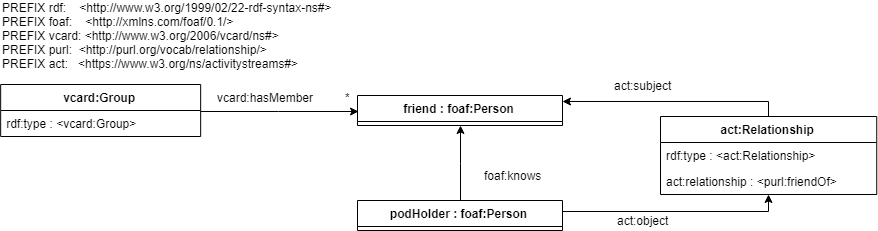
Earlier version of the draw.io export docs/images/friendsontologie.png (ozcanseker/Social-linked-beer). Source tidied: cells renumbered, new cells last; positions are measured from the earlier drawing's top-left corner, leaving out a move shared by most shapes.
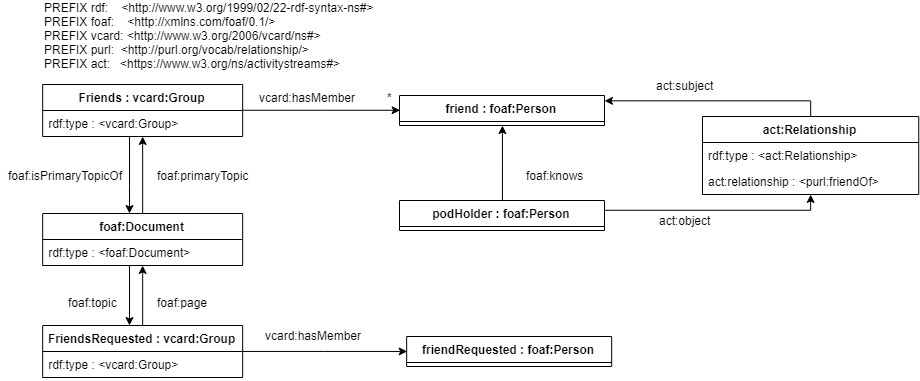
After the commit.

Change to the diagram source:
```diff
@@ -3,63 +3,118 @@
     <mxCell id="0" />
     <mxCell id="1" parent="0" />
     <mxCell id="2" value="PREFIX rdf:&amp;nbsp; &amp;nbsp; &amp;lt;http://www.w3.org/1999/02/22-rdf-syntax-ns#&amp;gt; &lt;br&gt;PREFIX foaf:&amp;nbsp; &amp;nbsp; &amp;lt;http://xmlns.com/foaf/0.1/&amp;gt;&amp;nbsp;&lt;br&gt;PREFIX vcard: &amp;lt;http://www.w3.org/2006/vcard/ns#&amp;gt;&lt;br&gt;PREFIX purl:&amp;nbsp; &amp;lt;http://purl.org/vocab/relationship/&amp;gt;&amp;nbsp;&lt;br&gt;PREFIX act:&amp;nbsp; &amp;nbsp;&amp;lt;&lt;a href=&quot;https://www.w3.org/ns/activitystreams&quot;&gt;https://www.w3.org/ns/activitystreams#&lt;/a&gt;&amp;gt;&amp;nbsp;" style="text;html=1;align=left;verticalAlign=middle;" parent="1" vertex="1">
-      <mxGeometry x="0.2" width="350" height="70" as="geometry" />
+      <mxGeometry x="160.2" y="-65" width="350" height="70" as="geometry" />
     </mxCell>
-    <mxCell id="3" style="edgeStyle=orthogonalEdgeStyle;rounded=0;jettySize=auto;html=1;entryX=0;entryY=0.5;entryDx=0;entryDy=0;" parent="1" edge="1" source="4" target="6">
+    <mxCell id="3" style="edgeStyle=orthogonalEdgeStyle;rounded=0;jettySize=auto;html=1;entryX=0;entryY=0.5;entryDx=0;entryDy=0;" parent="1" edge="1" source="5" target="7">
       <mxGeometry relative="1" as="geometry" />
     </mxCell>
-    <mxCell id="4" value="vcard:Group" style="swimlane;fontStyle=1;align=center;verticalAlign=top;horizontal=1;startSize=26;" parent="1" vertex="1">
-      <mxGeometry x="0.2" y="84" width="200" height="52" as="geometry" />
+    <mxCell id="4" style="edgeStyle=orthogonalEdgeStyle;rounded=0;jettySize=auto;html=1;" parent="1" edge="1" source="5" target="22">
+      <mxGeometry relative="1" as="geometry">
+        <Array as="points">
+          <mxPoint x="247" y="120" />
+          <mxPoint x="247" y="120" />
+        </Array>
+      </mxGeometry>
     </mxCell>
-    <mxCell id="5" value="rdf:type : &lt;vcard:Group&gt; &#10; " style="text;strokeColor=none;fillColor=none;align=left;verticalAlign=top;spacingLeft=4;spacingRight=4;overflow=hidden;points=[[0,0.5],[1,0.5]];portConstraint=eastwest;" parent="4" vertex="1">
-      <mxGeometry y="26" width="200" height="26" as="geometry" />
+    <mxCell id="5" value="Friends : vcard:Group" style="swimlane;fontStyle=1;align=center;verticalAlign=top;horizontal=1;startSize=26;" parent="1" vertex="1">
+      <mxGeometry x="160.2" y="19" width="200" height="52" as="geometry" />
     </mxCell>
-    <mxCell id="6" value="friend : foaf:Person" style="swimlane;fontStyle=1;align=center;verticalAlign=top;horizontal=1;startSize=26;" parent="1" vertex="1">
-      <mxGeometry x="357" y="95" width="205" height="30" as="geometry" />
+    <mxCell id="6" value="rdf:type : &lt;vcard:Group&gt; &#10; " style="text;strokeColor=none;fillColor=none;align=left;verticalAlign=top;spacingLeft=4;spacingRight=4;overflow=hidden;points=[[0,0.5],[1,0.5]];portConstraint=eastwest;" parent="5" vertex="1">
+      <mxGeometry y="26" width="200" height="26" as="geometry" />
     </mxCell>
-    <mxCell id="7" value="*" style="text;html=1;align=center;verticalAlign=middle;points=[];" parent="1" vertex="1">
-      <mxGeometry x="337" y="87" width="20" height="20" as="geometry" />
+    <mxCell id="7" value="friend : foaf:Person" style="swimlane;fontStyle=1;align=center;verticalAlign=top;horizontal=1;startSize=26;" parent="1" vertex="1">
+      <mxGeometry x="517" y="30" width="205" height="30" as="geometry" />
     </mxCell>
-    <mxCell id="8" value="vcard:hasMember" style="text;html=1;align=center;verticalAlign=middle;" parent="1" vertex="1">
-      <mxGeometry x="210.2" y="87" width="110" height="20" as="geometry" />
+    <mxCell id="8" value="*" style="text;html=1;align=center;verticalAlign=middle;" parent="1" vertex="1">
+      <mxGeometry x="497" y="22" width="20" height="20" as="geometry" />
     </mxCell>
-    <mxCell id="9" style="edgeStyle=orthogonalEdgeStyle;rounded=0;jettySize=auto;html=1;entryX=0.5;entryY=1;entryDx=0;entryDy=0;" parent="1" edge="1" source="11" target="6">
-      <mxGeometry relative="1" as="geometry" />
+    <mxCell id="9" value="vcard:hasMember" style="text;html=1;align=center;verticalAlign=middle;" parent="1" vertex="1">
+      <mxGeometry x="370.2" y="22" width="110" height="20" as="geometry" />
     </mxCell>
-    <mxCell id="10" style="edgeStyle=orthogonalEdgeStyle;rounded=0;jettySize=auto;html=1;" parent="1" edge="1" source="11" target="16">
-      <mxGeometry relative="1" as="geometry">
-        <Array as="points">
-          <mxPoint x="768" y="210" />
-        </Array>
-      </mxGeometry>
+    <mxCell id="10" style="edgeStyle=orthogonalEdgeStyle;rounded=0;jettySize=auto;html=1;entryX=0.5;entryY=1;entryDx=0;entryDy=0;" parent="1" edge="1" source="12" target="7">
+      <mxGeometry relative="1" as="geometry" />
     </mxCell>
-    <mxCell id="11" value="podHolder : foaf:Person" style="swimlane;fontStyle=1;align=center;verticalAlign=top;horizontal=1;startSize=26;" parent="1" vertex="1">
-      <mxGeometry x="357" y="200" width="205" height="30" as="geometry" />
+    <mxCell id="11" style="edgeStyle=orthogonalEdgeStyle;rounded=0;jettySize=auto;html=1;" parent="1" edge="1" source="12" target="17">
+      <mxGeometry relative="1" as="geometry">
+        <Array as="points">
+          <mxPoint x="928" y="145" />
+        </Array>
+      </mxGeometry>
     </mxCell>
-    <mxCell id="12" value="foaf:knows" style="text;html=1;align=center;verticalAlign=middle;points=[];" parent="1" vertex="1">
-      <mxGeometry x="477" y="165" width="70" height="20" as="geometry" />
+    <mxCell id="12" value="podHolder : foaf:Person" style="swimlane;fontStyle=1;align=center;verticalAlign=top;horizontal=1;startSize=26;" parent="1" vertex="1">
+      <mxGeometry x="517" y="135" width="205" height="30" as="geometry" />
     </mxCell>
-    <mxCell id="13" style="edgeStyle=orthogonalEdgeStyle;rounded=0;jettySize=auto;html=1;" parent="1" edge="1" source="14" target="6">
-      <mxGeometry relative="1" as="geometry">
-        <Array as="points">
-          <mxPoint x="768" y="100" />
-        </Array>
-      </mxGeometry>
+    <mxCell id="13" value="foaf:knows" style="text;html=1;align=center;verticalAlign=middle;" parent="1" vertex="1">
+      <mxGeometry x="637" y="100" width="70" height="20" as="geometry" />
     </mxCell>
-    <mxCell id="14" value="act:Relationship" style="swimlane;fontStyle=1;align=center;verticalAlign=top;horizontal=1;startSize=26;" parent="1" vertex="1">
-      <mxGeometry x="660" y="116" width="216.2" height="78" as="geometry" />
+    <mxCell id="14" style="edgeStyle=orthogonalEdgeStyle;rounded=0;jettySize=auto;html=1;" parent="1" edge="1" source="15" target="7">
+      <mxGeometry relative="1" as="geometry">
+        <Array as="points">
+          <mxPoint x="928" y="35" />
+        </Array>
+      </mxGeometry>
     </mxCell>
-    <mxCell id="15" value="rdf:type : &lt;act:Relationship&gt; &#10; " style="text;strokeColor=none;fillColor=none;align=left;verticalAlign=top;spacingLeft=4;spacingRight=4;overflow=hidden;points=[[0,0.5],[1,0.5]];portConstraint=eastwest;" parent="14" vertex="1">
-      <mxGeometry y="26" width="216.2" height="26" as="geometry" />
+    <mxCell id="15" value="act:Relationship" style="swimlane;fontStyle=1;align=center;verticalAlign=top;horizontal=1;startSize=26;" parent="1" vertex="1">
+      <mxGeometry x="820" y="51" width="216.2" height="78" as="geometry" />
     </mxCell>
-    <mxCell id="16" value="act:relationship : &lt;purl:friendOf&gt; &#10; " style="text;strokeColor=none;fillColor=none;align=left;verticalAlign=top;spacingLeft=4;spacingRight=4;overflow=hidden;points=[[0,0.5],[1,0.5]];portConstraint=eastwest;" parent="14" vertex="1">
-      <mxGeometry y="52" width="216.2" height="26" as="geometry" />
+    <mxCell id="16" value="rdf:type : &lt;act:Relationship&gt; &#10; " style="text;strokeColor=none;fillColor=none;align=left;verticalAlign=top;spacingLeft=4;spacingRight=4;overflow=hidden;points=[[0,0.5],[1,0.5]];portConstraint=eastwest;" parent="15" vertex="1">
+      <mxGeometry y="26" width="216.2" height="26" as="geometry" />
     </mxCell>
-    <mxCell id="17" value="act:object" style="text;html=1;align=center;verticalAlign=middle;points=[];" parent="1" vertex="1">
-      <mxGeometry x="607" y="210" width="70" height="20" as="geometry" />
+    <mxCell id="17" value="act:relationship : &lt;purl:friendOf&gt; &#10; " style="text;strokeColor=none;fillColor=none;align=left;verticalAlign=top;spacingLeft=4;spacingRight=4;overflow=hidden;points=[[0,0.5],[1,0.5]];portConstraint=eastwest;" parent="15" vertex="1">
+      <mxGeometry y="52" width="216.2" height="26" as="geometry" />
     </mxCell>
-    <mxCell id="18" value="act:subject" style="text;html=1;align=center;verticalAlign=middle;" parent="1" vertex="1">
-      <mxGeometry x="607" y="75" width="70" height="20" as="geometry" />
+    <mxCell id="18" value="act:object" style="text;html=1;align=center;verticalAlign=middle;" parent="1" vertex="1">
+      <mxGeometry x="767" y="145" width="70" height="20" as="geometry" />
     </mxCell>
+    <mxCell id="19" value="act:subject" style="text;html=1;align=center;verticalAlign=middle;" parent="1" vertex="1">
+      <mxGeometry x="767" y="10" width="70" height="20" as="geometry" />
+    </mxCell>
+    <mxCell id="20" style="edgeStyle=orthogonalEdgeStyle;rounded=0;jettySize=auto;html=1;" parent="1" edge="1" source="22" target="5">
+      <mxGeometry relative="1" as="geometry" />
+    </mxCell>
+    <mxCell id="21" style="edgeStyle=orthogonalEdgeStyle;rounded=0;jettySize=auto;html=1;" parent="1" edge="1" source="22" target="26">
+      <mxGeometry relative="1" as="geometry">
+        <Array as="points">
+          <mxPoint x="247" y="230" />
+          <mxPoint x="247" y="230" />
+        </Array>
+      </mxGeometry>
+    </mxCell>
+    <mxCell id="22" value="foaf:Document" style="swimlane;fontStyle=1;align=center;verticalAlign=top;horizontal=1;startSize=26;" parent="1" vertex="1">
+      <mxGeometry x="160.2" y="148" width="200" height="52" as="geometry" />
+    </mxCell>
+    <mxCell id="23" value="rdf:type : &lt;foaf:Document&gt; &#10; " style="text;strokeColor=none;fillColor=none;align=left;verticalAlign=top;spacingLeft=4;spacingRight=4;overflow=hidden;" parent="22" vertex="1">
+      <mxGeometry y="26" width="200" height="26" as="geometry" />
+    </mxCell>
+    <mxCell id="24" style="edgeStyle=orthogonalEdgeStyle;rounded=0;jettySize=auto;html=1;" parent="1" edge="1" source="26" target="22">
+      <mxGeometry relative="1" as="geometry" />
+    </mxCell>
+    <mxCell id="25" style="edgeStyle=orthogonalEdgeStyle;rounded=0;jettySize=auto;html=1;entryX=0;entryY=0.5;entryDx=0;entryDy=0;" parent="1" edge="1" source="26" target="31">
+      <mxGeometry relative="1" as="geometry" />
+    </mxCell>
+    <mxCell id="26" value="FriendsRequested : vcard:Group" style="swimlane;fontStyle=1;align=center;verticalAlign=top;horizontal=1;startSize=26;" parent="1" vertex="1">
+      <mxGeometry x="160.2" y="260" width="200" height="52" as="geometry" />
+    </mxCell>
+    <mxCell id="27" value="rdf:type : &lt;vcard:Group&gt; &#10; " style="text;strokeColor=none;fillColor=none;align=left;verticalAlign=top;spacingLeft=4;spacingRight=4;overflow=hidden;" parent="26" vertex="1">
+      <mxGeometry y="26" width="200" height="26" as="geometry" />
+    </mxCell>
+    <mxCell id="28" value="foaf:primaryTopic" style="text;html=1;align=center;verticalAlign=middle;" parent="1" vertex="1">
+      <mxGeometry x="265.2" y="100" width="110" height="20" as="geometry" />
+    </mxCell>
+    <mxCell id="29" value="foaf:topic" style="text;html=1;align=center;verticalAlign=middle;" parent="1" vertex="1">
+      <mxGeometry x="180.2" y="227" width="60" height="20" as="geometry" />
+    </mxCell>
+    <mxCell id="30" value="foaf:page" style="text;html=1;align=center;verticalAlign=middle;" parent="1" vertex="1">
+      <mxGeometry x="265.2" y="227" width="70" height="20" as="geometry" />
+    </mxCell>
+    <mxCell id="31" value="friendRequested : foaf:Person" style="swimlane;fontStyle=1;align=center;verticalAlign=top;horizontal=1;startSize=26;" parent="1" vertex="1">
+      <mxGeometry x="524.2" y="271" width="205" height="30" as="geometry" />
+    </mxCell>
+    <mxCell id="32" value="foaf:isPrimaryTopicOf" style="text;html=1;align=center;verticalAlign=middle;" parent="1" vertex="1">
+      <mxGeometry x="117.6" y="100" width="130" height="20" as="geometry" />
+    </mxCell>
+    <mxCell id="33" value="vcard:hasMember" style="text;html=1;align=center;verticalAlign=middle;" parent="1" vertex="1">
+      <mxGeometry x="376" y="260" width="110" height="20" as="geometry" />
+    </mxCell>
   </root>
 </mxGraphModel>
```
